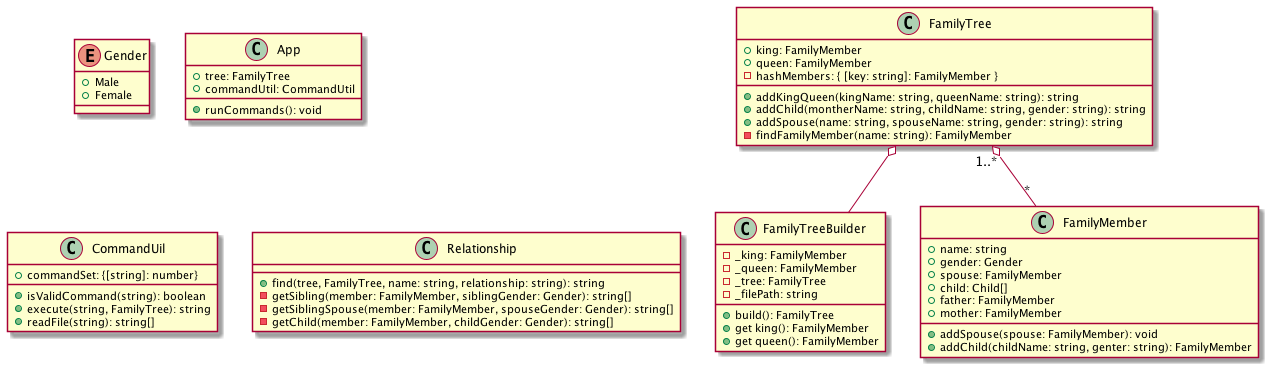
Before: res/class-diagram.png, a diagram exported from PlantUML (evaou/family-tree).
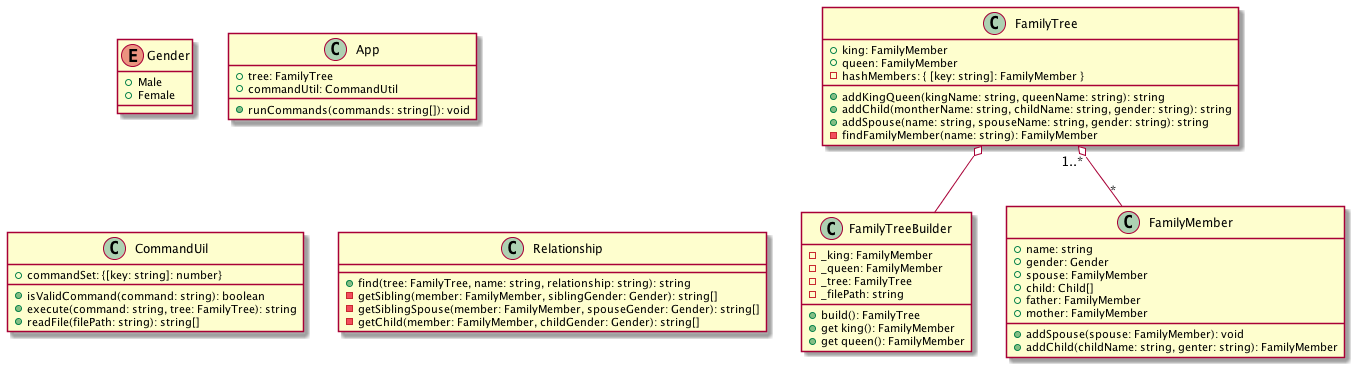
After the change.

Commit message:
udpate class diagram graph

Diff of the diagram source:
```diff
@@ -8,18 +8,18 @@
 class App {
     +tree: FamilyTree
     +commandUtil: CommandUtil
-    +runCommands(): void
+    +runCommands(commands: string[]): void
 }
 
 class CommandUil {
-    +commandSet: {[string]: number}
-    +isValidCommand(string): boolean
-    +execute(string, FamilyTree): string
-    +readFile(string): string[]
+    +commandSet: {[key: string]: number}
+    +isValidCommand(command: string): boolean
+    +execute(command: string, tree: FamilyTree): string
+    +readFile(filePath: string): string[]
 }
 
 class Relationship {
-    +find(tree, FamilyTree, name: string, relationship: string): string
+    +find(tree: FamilyTree, name: string, relationship: string): string
     -getSibling(member: FamilyMember, siblingGender: Gender): string[]
     -getSiblingSpouse(member: FamilyMember, spouseGender: Gender): string[]
     -getChild(member: FamilyMember, childGender: Gender): string[]
```
